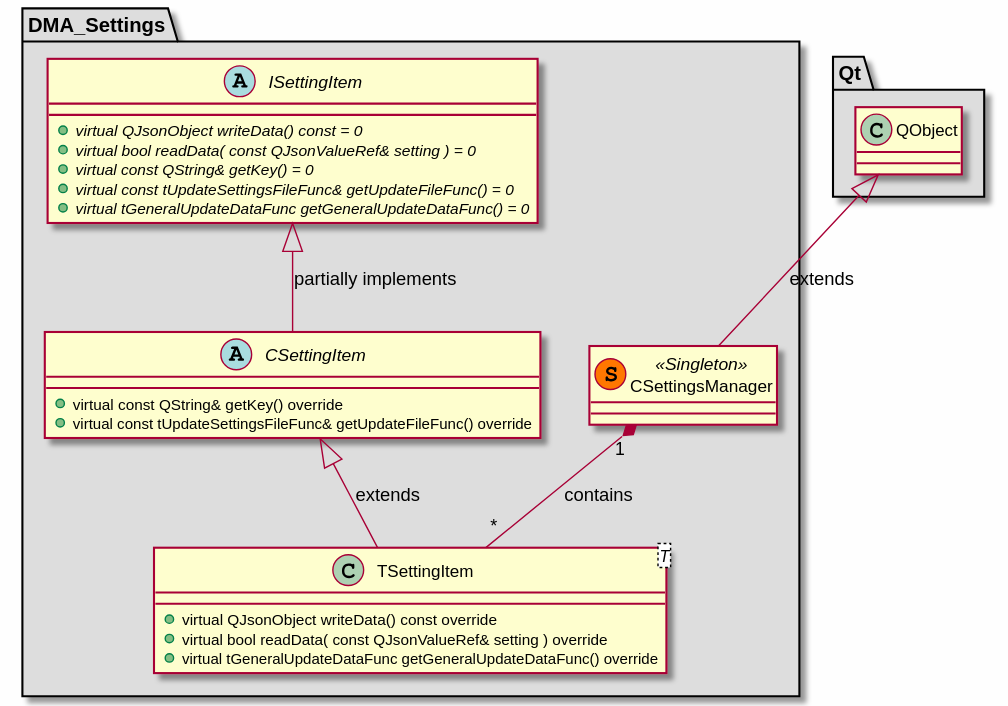
svlad-90/DLT-Message-Analyzer keeps this PlantUML diagram as md/dev_docs/puml/DMA_Settings.svg. Above is the earlier version.
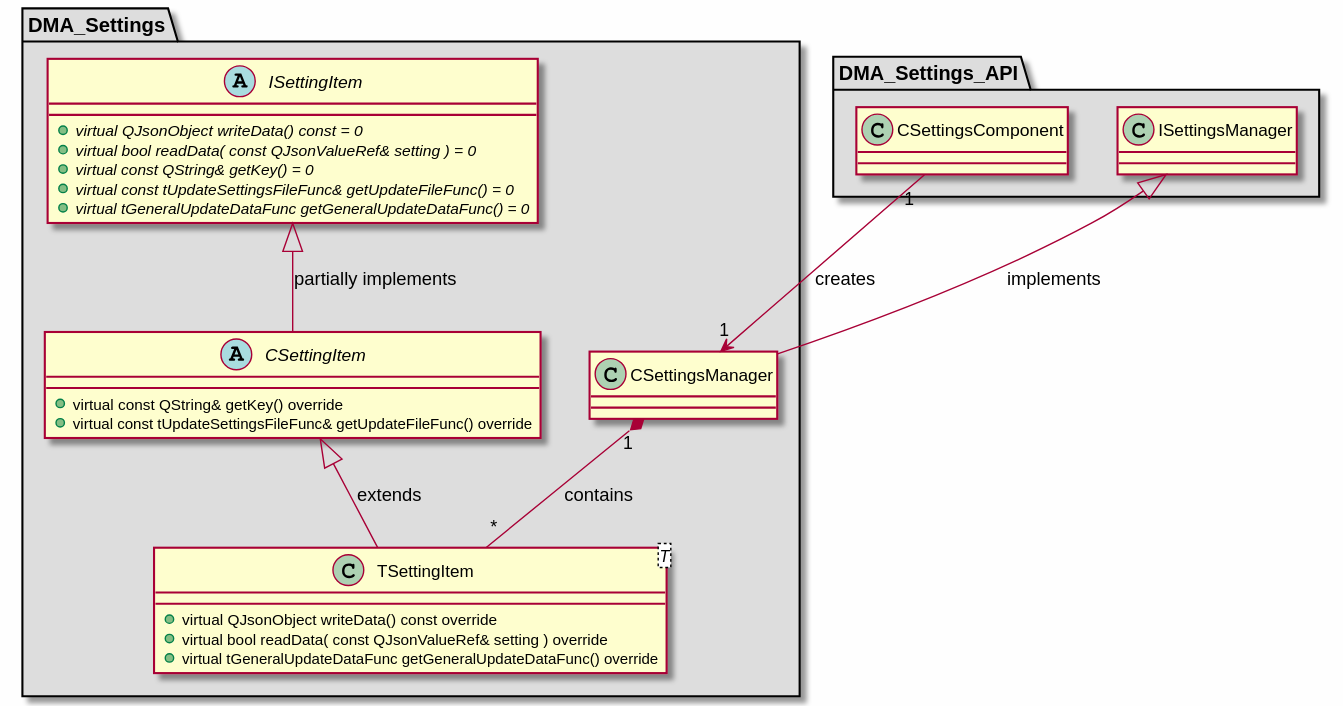
Later version of the same file.

Change to the diagram source:
```diff
@@ -11,7 +11,7 @@
     + virtual const tUpdateSettingsFileFunc& getUpdateFileFunc() override
 }
 
-class "CSettingsManager"<< (S,#FF7700) Singleton >>
+class "CSettingsManager"
 {
 }
 
@@ -33,19 +33,24 @@
 
 }
 
-package "Qt" #DDDDDD
+package "DMA_Settings_API" #DDDDDD
 {
 
-class "QObject"
+class "CSettingsComponent"
+{
+}
+
+class "ISettingsManager"
 {
 }
 
 }
 
 ISettingItem <|-- CSettingItem : partially implements
-QObject <|-- CSettingsManager : extends
+ISettingsManager <|-- CSettingsManager : implements
 CSettingItem <|-- TSettingItem_T_ : extends
 
 CSettingsManager "1" *-- "*" TSettingItem_T_ : contains
+CSettingsComponent "1" --> "1" CSettingsManager : creates
 
 @enduml
```
